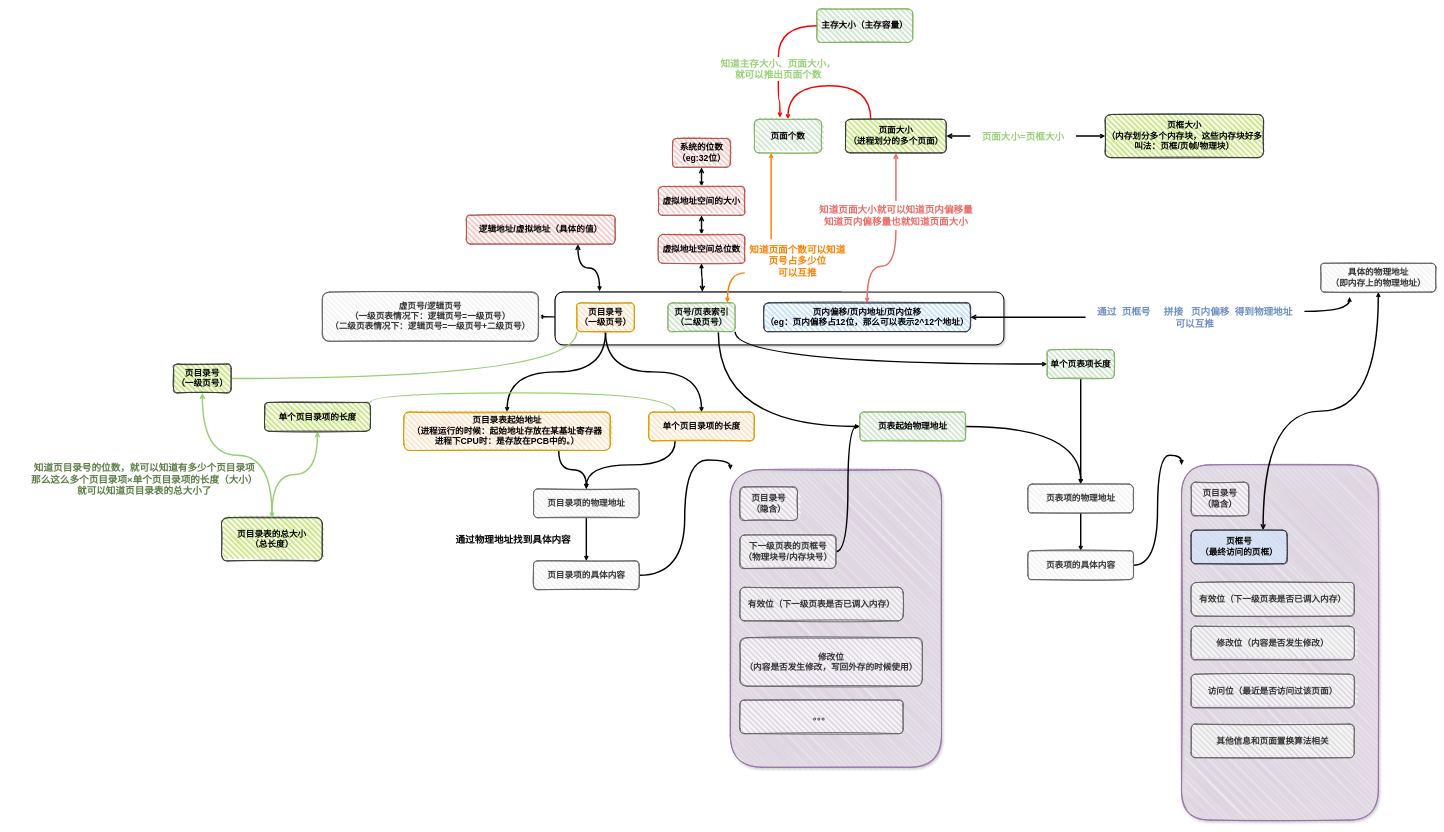
The draw.io diagram os-memery-manage.drawio in god23bin/diagrams, before the edit. Source tidied: cells renumbered, new cells numbered last; positions are measured from the earlier drawing's top-left corner, leaving out a move shared by most shapes. Both pictures are drawn from the tidied source at 48%, with x=0, y=0 at pixel (10, 9).
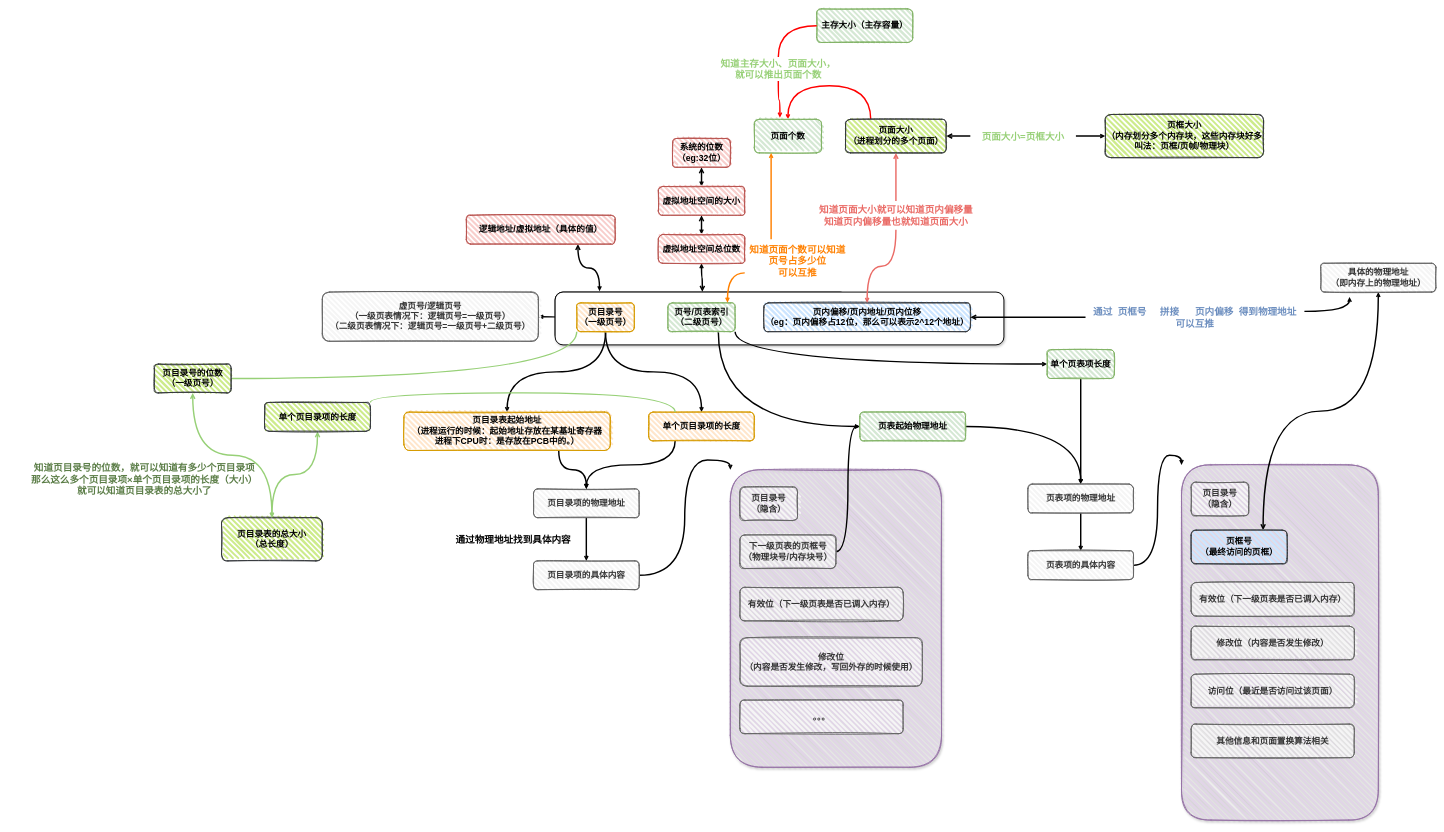
The same page after the edit.

Diff of the diagram source:
```diff
@@
-    <mxCell id="54" value="通过&amp;nbsp; 页框号&amp;nbsp; &amp;nbsp; &amp;nbsp;拼接&amp;nbsp; &amp;nbsp;页内偏移&amp;nbsp; 得到物理地址&lt;br&gt;可以互推" style="text;html=1;strokeColor=none;fillColor=none;align=center;verticalAlign=middle;whiteSpace=wrap;rounded=0;shadow=1;fontSize=20;fontStyle=1;fontColor=#6C8EBF;" parent="3" vertex="1">
+    <mxCell id="54" value="通过&amp;nbsp; 页框号&amp;nbsp; &amp;nbsp; &amp;nbsp;拼接&amp;nbsp; &amp;nbsp; &amp;nbsp; 页内偏移&amp;nbsp; 得到物理地址&lt;br&gt;可以互推" style="text;html=1;strokeColor=none;fillColor=none;align=center;verticalAlign=middle;whiteSpace=wrap;rounded=0;shadow=1;fontSize=20;fontStyle=1;fontColor=#6C8EBF;" parent="3" vertex="1">
       <mxGeometry x="2240" y="618" width="456" height="49" as="geometry" />
     </mxCell>
@@
-    <mxCell id="70" value="页目录号&lt;br&gt;（一级页号）" style="rounded=1;whiteSpace=wrap;html=1;strokeWidth=2;fillWeight=4;hachureGap=8;hachureAngle=45;sketch=1;fillColor=#cdeb8b;strokeColor=#36393d;fontSize=18;fontStyle=1;" parent="3" vertex="1">
-      <mxGeometry x="340" y="740" width="120" height="60" as="geometry" />
+    <mxCell id="70" value="页目录号的位数&lt;br&gt;（一级页号）" style="rounded=1;whiteSpace=wrap;html=1;strokeWidth=2;fillWeight=4;hachureGap=8;hachureAngle=45;sketch=1;fillColor=#cdeb8b;strokeColor=#36393d;fontSize=18;fontStyle=1;" parent="3" vertex="1">
+      <mxGeometry x="300" y="740" width="160" height="60" as="geometry" />
     </mxCell>
```
